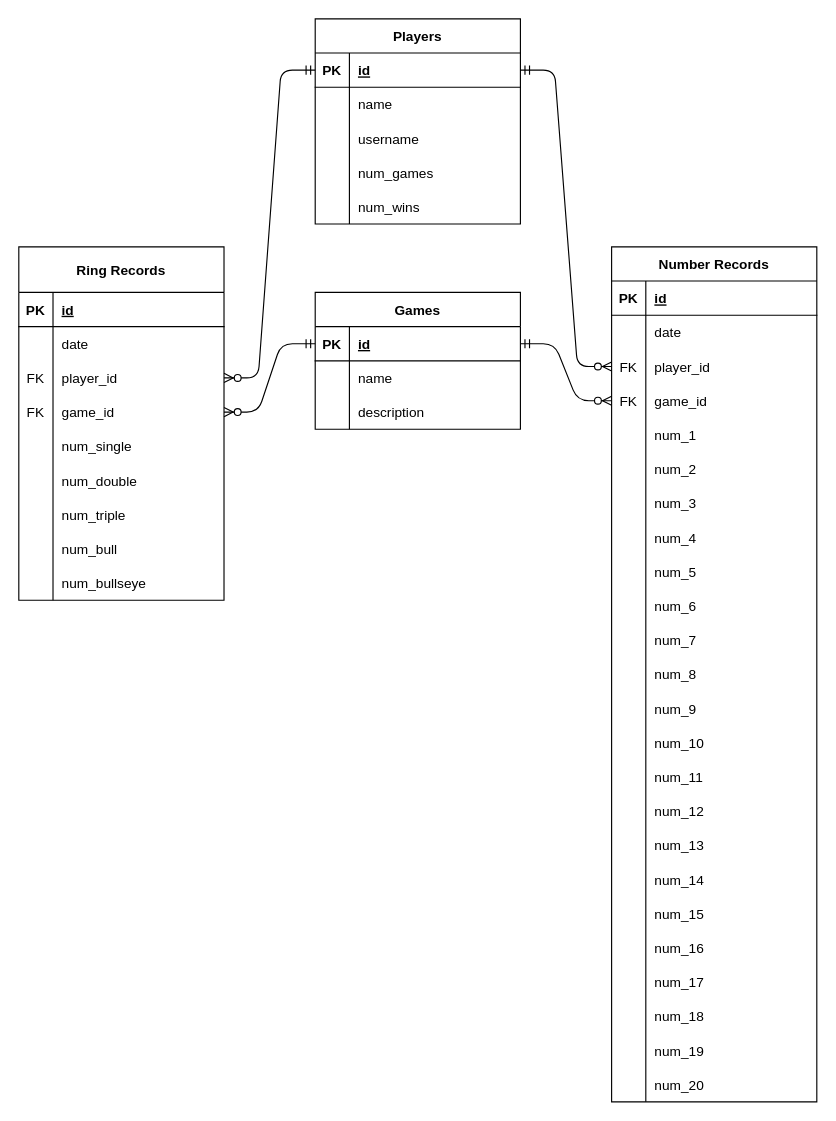
The draw.io diagram page "Database" (1 of 16) of scoring/documentation/Scoring_System_Schematics.drawio in kparlak/dart-scoring-system, before the edit. Source tidied: cells renumbered, new cells numbered last; positions are measured from the earlier drawing's top-left corner, leaving out a move shared by most shapes. Both pictures are drawn from the tidied source at 114%, with x=0, y=0 at pixel (18, 18).
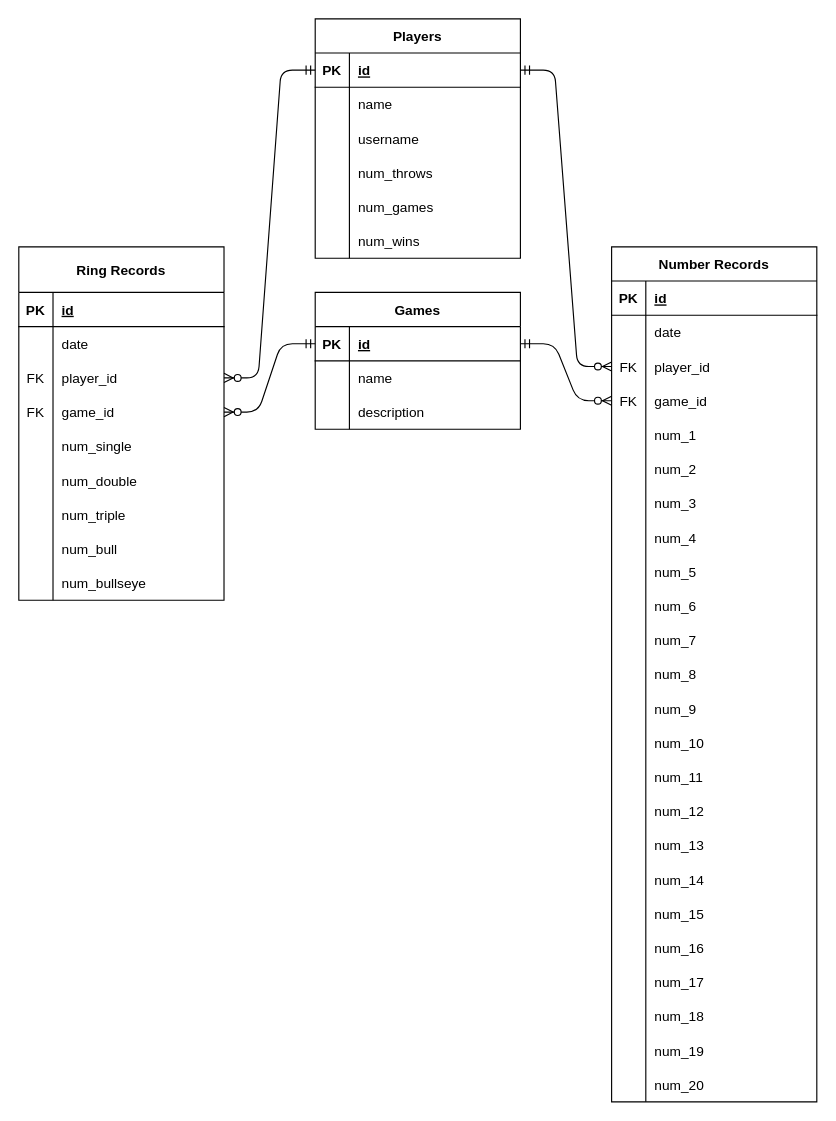
The same page after the edit.

Unchanged cells that the change refers to:
```xml
<mxCell id="12" style="shape=partialRectangle;fillColor=none;top=0;left=0;bottom=0;right=0;" parent="2" vertex="1">
  <mxGeometry y="120" width="180" height="30" as="geometry" />
</mxCell>
<mxCell id="15" style="shape=partialRectangle;fillColor=none;top=0;left=0;bottom=0;right=0;" parent="2" vertex="1">
  <mxGeometry y="150" width="180" height="30" as="geometry" />
</mxCell>
```

Change to the diagram source:
```diff
@@
     <mxCell id="2" value="Players" style="shape=table;startSize=30;childLayout=tableLayout;rowLines=0;fontStyle=1;align=center;" parent="1" vertex="1">
-      <mxGeometry x="260" width="180" height="180" as="geometry" />
+      <mxGeometry x="260" width="180" height="210" as="geometry" />
     </mxCell>
@@
-    <mxCell id="14" value="num_games" style="shape=partialRectangle;fillColor=none;top=0;left=0;bottom=0;right=0;align=left;spacingLeft=6;overflow=hidden;" parent="12" vertex="1">
+    <mxCell id="14" value="num_throws" style="shape=partialRectangle;fillColor=none;top=0;left=0;bottom=0;right=0;align=left;spacingLeft=6;overflow=hidden;" parent="12" vertex="1">
       <mxGeometry x="30" width="150" height="30" as="geometry" />
     </mxCell>
@@
-    <mxCell id="17" value="num_wins" style="shape=partialRectangle;fillColor=none;top=0;left=0;bottom=0;right=0;align=left;spacingLeft=6;overflow=hidden;" parent="15" vertex="1">
+    <mxCell id="17" value="num_games" style="shape=partialRectangle;fillColor=none;top=0;left=0;bottom=0;right=0;align=left;spacingLeft=6;overflow=hidden;" parent="15" vertex="1">
       <mxGeometry x="30" width="150" height="30" as="geometry" />
     </mxCell>
+    <mxCell id="133" style="shape=partialRectangle;fillColor=none;top=0;left=0;bottom=0;right=0;" parent="2" vertex="1">
+      <mxGeometry y="180" width="180" height="30" as="geometry" />
+    </mxCell>
+    <mxCell id="134" style="shape=partialRectangle;fillColor=none;top=0;left=0;bottom=0;right=0;overflow=hidden;" parent="133" vertex="1">
+      <mxGeometry width="30" height="30" as="geometry" />
+    </mxCell>
+    <mxCell id="135" value="num_wins" style="shape=partialRectangle;fillColor=none;top=0;left=0;bottom=0;right=0;align=left;spacingLeft=6;overflow=hidden;" parent="133" vertex="1">
+      <mxGeometry x="30" width="150" height="30" as="geometry" />
+    </mxCell>
```
